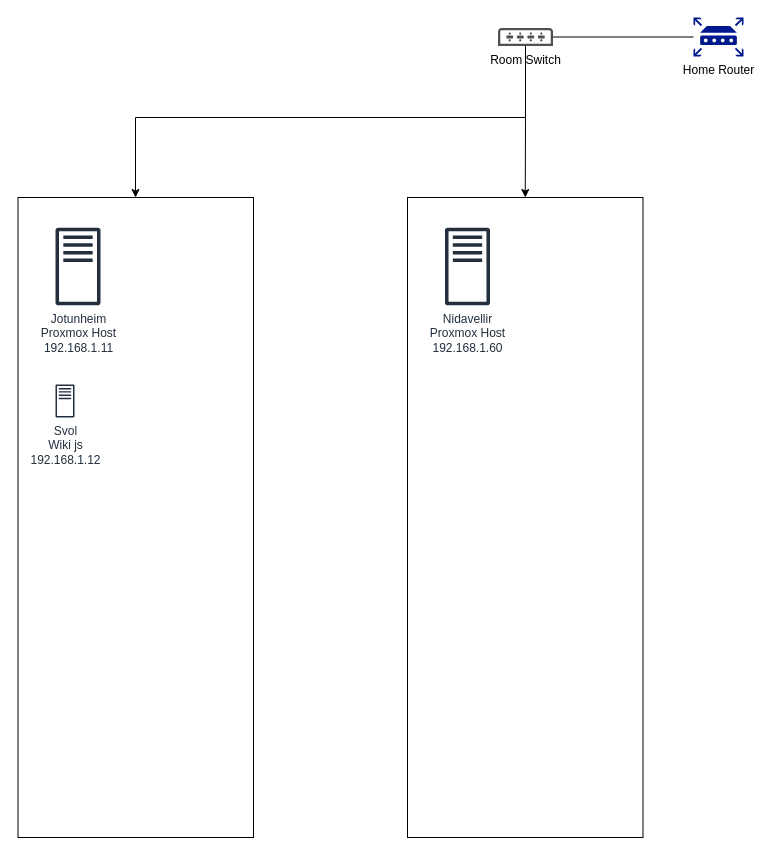
Before: hlhq.drawio in Magikarp-Homelab/hl-wiki, a draw.io diagram. Source tidied: cells renumbered, new cells numbered last; positions are measured from the earlier drawing's top-left corner, leaving out a move shared by most shapes. Both pictures are drawn from the tidied source at 100%, with x=0, y=0 at pixel (17, 17).
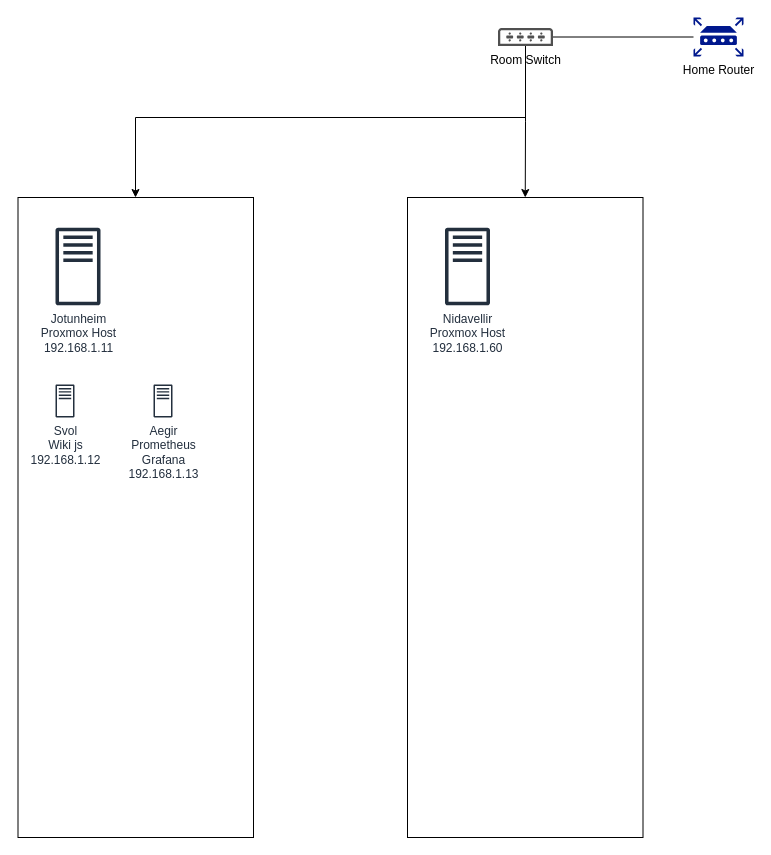
Above is the later version.

The edit, as a diff of the source:
```diff
@@
 <mxGraphModel>
   <root>
     <mxCell id="0" />
     <mxCell id="1" parent="0" />
     <mxCell id="2" style="rounded=0;whiteSpace=wrap;html=1;" parent="1" vertex="1">
       <mxGeometry x="390" y="180" width="235.5" height="640" as="geometry" />
     </mxCell>
     <mxCell id="3" style="rounded=0;whiteSpace=wrap;html=1;" parent="1" vertex="1">
       <mxGeometry x="0.5" y="180" width="235.5" height="640" as="geometry" />
     </mxCell>
     <mxCell id="4" style="edgeStyle=orthogonalEdgeStyle;rounded=0;jettySize=auto;html=1;endArrow=none;endFill=0;" parent="1" edge="1" source="5" target="7">
       <mxGeometry relative="1" as="geometry" />
     </mxCell>
     <mxCell id="5" value="Home Router" style="sketch=0;shadow=0;dashed=0;html=1;strokeColor=none;labelPosition=center;verticalLabelPosition=bottom;verticalAlign=top;align=center;fillColor=#00188D;shape=mxgraph.mscae.enterprise.router;" parent="1" vertex="1">
       <mxGeometry x="676" width="50" height="39" as="geometry" />
     </mxCell>
     <mxCell id="6" style="edgeStyle=orthogonalEdgeStyle;rounded=0;jettySize=auto;html=1;" parent="1" edge="1" source="7" target="3">
       <mxGeometry relative="1" as="geometry">
         <Array as="points">
           <mxPoint x="508" y="100" />
           <mxPoint x="118" y="100" />
         </Array>
       </mxGeometry>
     </mxCell>
     <mxCell id="7" value="Room Switch" style="sketch=0;shadow=0;dashed=0;html=1;strokeColor=none;fillColor=#505050;labelPosition=center;verticalLabelPosition=bottom;verticalAlign=top;outlineConnect=0;align=center;shape=mxgraph.office.devices.switch;" parent="1" vertex="1">
       <mxGeometry x="480.5" y="10.5" width="55" height="18" as="geometry" />
     </mxCell>
     <mxCell id="8" style="edgeStyle=orthogonalEdgeStyle;rounded=0;jettySize=auto;html=1;entryX=0.5;entryY=0;entryDx=0;entryDy=0;" parent="1" edge="1" source="7" target="2">
       <mxGeometry relative="1" as="geometry" />
     </mxCell>
     <mxCell id="9" value="Nidavellir&lt;br&gt;Proxmox Host&lt;br&gt;192.168.1.60" style="sketch=0;fontColor=#232F3E;gradientColor=none;fillColor=#232F3D;strokeColor=none;dashed=0;verticalLabelPosition=bottom;verticalAlign=top;align=center;html=1;fontSize=12;fontStyle=0;shape=mxgraph.aws4.traditional_server;" parent="1" vertex="1">
       <mxGeometry x="427.5" y="210" width="45" height="78" as="geometry" />
     </mxCell>
     <mxCell id="10" value="Jotunheim&lt;br&gt;Proxmox Host&lt;br&gt;192.168.1.11" style="sketch=0;fontColor=#232F3E;gradientColor=none;fillColor=#232F3D;strokeColor=none;dashed=0;verticalLabelPosition=bottom;verticalAlign=top;align=center;html=1;fontSize=12;fontStyle=0;shape=mxgraph.aws4.traditional_server;" parent="1" vertex="1">
       <mxGeometry x="38" y="210" width="45" height="78" as="geometry" />
     </mxCell>
     <mxCell id="11" value="Svol&lt;br&gt;Wiki js&lt;br&gt;192.168.1.12" style="sketch=0;fontColor=#232F3E;gradientColor=none;fillColor=#232F3D;strokeColor=none;dashed=0;verticalLabelPosition=bottom;verticalAlign=top;align=center;html=1;fontSize=12;fontStyle=0;shape=mxgraph.aws4.traditional_server;" parent="1" vertex="1">
       <mxGeometry x="38" y="367" width="19" height="33" as="geometry" />
     </mxCell>
+    <mxCell id="12" value="Aegir&lt;br&gt;Prometheus&lt;br&gt;Grafana&lt;br&gt;192.168.1.13" style="sketch=0;fontColor=#232F3E;gradientColor=none;fillColor=#232F3D;strokeColor=none;dashed=0;verticalLabelPosition=bottom;verticalAlign=top;align=center;html=1;fontSize=12;fontStyle=0;shape=mxgraph.aws4.traditional_server;" parent="1" vertex="1">
+      <mxGeometry x="136" y="367" width="19" height="33" as="geometry" />
+    </mxCell>
   </root>
 </mxGraphModel>
```
